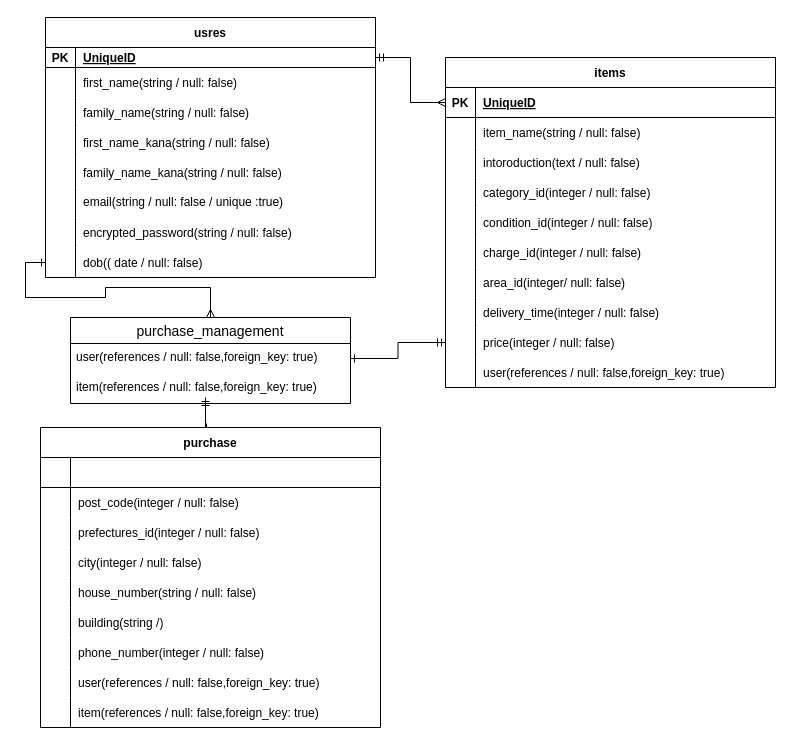
This is page "ページ1" (1 of 2) of ER.dio from YUKOU-s2/furima-34806, a draw.io file, before an edit. Source tidied: cells renumbered, new cells numbered last; positions are measured from the earlier drawing's top-left corner, leaving out a move shared by most shapes. Both pictures are drawn from the tidied source at 100%, with x=0, y=0 at pixel (25, 17).
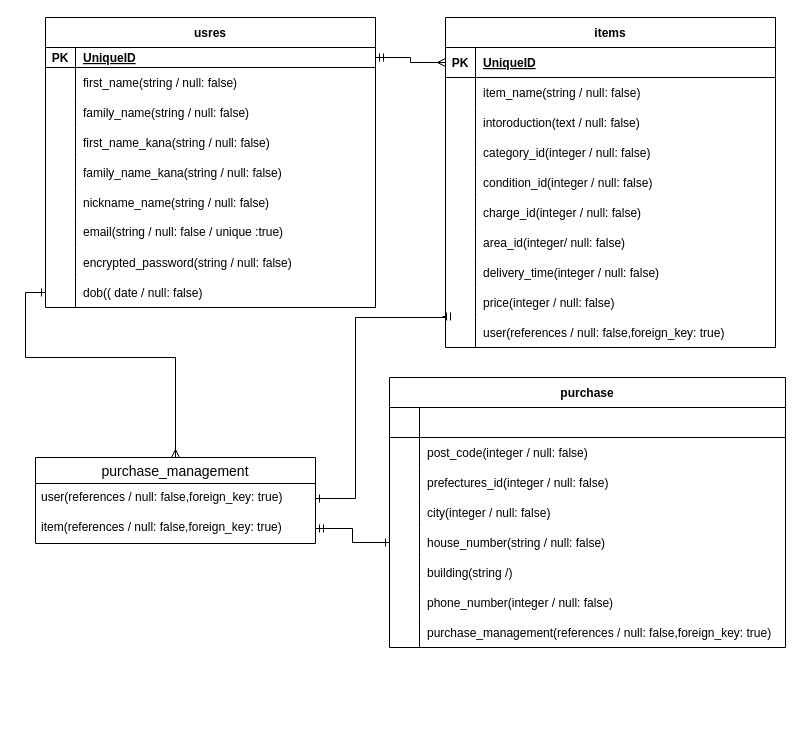
Above is the later version.

Commit message (it also covers changes not shown here):
データベース設計（修正3）

Unchanged cells that the change refers to:
```xml
<mxCell id="52" style="shape=partialRectangle;fillColor=none;top=0;left=0;bottom=0;right=0;points=[[0,0.5],[1,0.5]];portConstraint=eastwest;" parent="27" vertex="1">
  <mxGeometry y="270" width="330" height="30" as="geometry" />
</mxCell>
<mxCell id="55" style="shape=partialRectangle;fillColor=none;top=0;left=0;bottom=0;right=0;points=[[0,0.5],[1,0.5]];portConstraint=eastwest;" parent="27" vertex="1">
  <mxGeometry y="300" width="330" height="30" as="geometry" />
</mxCell>
<mxCell id="89" value="user(references / null: false,foreign_key: true)" style="text;strokeColor=none;fillColor=none;spacingLeft=4;spacingRight=4;overflow=hidden;points=[[0,0.5],[1,0.5]];portConstraint=eastwest;fontSize=12;" parent="88" vertex="1">
  <mxGeometry y="26" width="280" height="30" as="geometry" />
</mxCell>
<mxCell id="90" value="item(references / null: false,foreign_key: true)" style="text;strokeColor=none;fillColor=none;spacingLeft=4;spacingRight=4;overflow=hidden;points=[[0,0.5],[1,0.5]];portConstraint=eastwest;fontSize=12;" parent="88" vertex="1">
  <mxGeometry y="56" width="280" height="30" as="geometry" />
</mxCell>
```

The edit, as a diff of the source:
```diff
@@
     <mxCell id="2" value="usres" style="shape=table;startSize=30;childLayout=tableLayout;rowLines=0;fontStyle=1;align=center;" parent="1" vertex="1">
-      <mxGeometry x="20" width="330" height="260" as="geometry" />
+      <mxGeometry x="20" width="330" height="290" as="geometry" />
     </mxCell>
@@
+    <mxCell id="93" style="shape=partialRectangle;fillColor=none;top=0;left=0;bottom=0;right=0;" parent="2" vertex="1">
+      <mxGeometry y="170" width="330" height="30" as="geometry" />
+    </mxCell>
+    <mxCell id="85" style="shape=partialRectangle;fillColor=none;top=0;left=0;bottom=0;right=0;overflow=hidden;" parent="93" vertex="1">
+      <mxGeometry width="30" height="30" as="geometry" />
+    </mxCell>
+    <mxCell id="94" value="nickname_name(string / null: false)" style="shape=partialRectangle;fillColor=none;top=0;left=0;bottom=0;right=0;align=left;spacingLeft=6;overflow=hidden;" parent="93" vertex="1">
+      <mxGeometry x="30" width="300" height="30" as="geometry" />
+    </mxCell>
     <mxCell id="18" style="shape=partialRectangle;fillColor=none;top=0;left=0;bottom=0;right=0;" parent="2" vertex="1">
-      <mxGeometry y="170" width="330" height="30" as="geometry" />
+      <mxGeometry y="200" width="330" height="30" as="geometry" />
     </mxCell>
@@
     <mxCell id="21" style="shape=partialRectangle;fillColor=none;top=0;left=0;bottom=0;right=0;" parent="2" vertex="1">
-      <mxGeometry y="200" width="330" height="30" as="geometry" />
+      <mxGeometry y="230" width="330" height="30" as="geometry" />
     </mxCell>
@@
     <mxCell id="24" style="shape=partialRectangle;fillColor=none;top=0;left=0;bottom=0;right=0;points=[[0,0.5],[1,0.5]];portConstraint=eastwest;" parent="2" vertex="1">
-      <mxGeometry y="230" width="330" height="30" as="geometry" />
+      <mxGeometry y="260" width="330" height="30" as="geometry" />
     </mxCell>
@@
     <mxCell id="27" value="items" style="shape=table;startSize=30;childLayout=tableLayout;rowLines=0;fontStyle=1;align=center;" parent="1" vertex="1">
-      <mxGeometry x="420" y="40" width="330" height="330" as="geometry" />
+      <mxGeometry x="420" width="330" height="330" as="geometry" />
     </mxCell>
@@
-    <mxCell id="58" style="edgeStyle=orthogonalEdgeStyle;rounded=0;jettySize=auto;html=1;exitX=0.5;exitY=0;exitDx=0;exitDy=0;startArrow=ERone;startFill=0;endArrow=ERmandOne;endFill=0;" parent="1" edge="1" source="59">
-      <mxGeometry relative="1" as="geometry">
-        <mxPoint x="180" y="380" as="targetPoint" />
-      </mxGeometry>
+    <mxCell id="58" style="edgeStyle=orthogonalEdgeStyle;rounded=0;jettySize=auto;html=1;exitX=0;exitY=0.5;exitDx=0;exitDy=0;startArrow=ERone;startFill=0;endArrow=ERmandOne;endFill=0;entryX=1;entryY=0.5;entryDx=0;entryDy=0;" parent="1" edge="1" source="72" target="90">
+      <mxGeometry relative="1" as="geometry" />
     </mxCell>
     <mxCell id="59" value="purchase" style="shape=table;startSize=30;childLayout=tableLayout;rowLines=0;fontStyle=1;align=center;" parent="1" vertex="1">
-      <mxGeometry x="15" y="410" width="340" height="300" as="geometry" />
+      <mxGeometry x="364" y="360" width="396" height="270" as="geometry" />
     </mxCell>
     <mxCell id="60" style="shape=partialRectangle;fillColor=none;top=0;left=0;bottom=1;right=0;" parent="59" vertex="1">
-      <mxGeometry y="30" width="340" height="30" as="geometry" />
+      <mxGeometry y="30" width="396" height="30" as="geometry" />
     </mxCell>
@@
     <mxCell id="62" style="shape=partialRectangle;fillColor=none;top=0;left=0;bottom=0;right=0;align=left;spacingLeft=6;fontStyle=5;overflow=hidden;" parent="60" vertex="1">
-      <mxGeometry x="30" width="310" height="30" as="geometry" />
+      <mxGeometry x="30" width="366" height="30" as="geometry" />
     </mxCell>
     <mxCell id="63" style="shape=partialRectangle;fillColor=none;top=0;left=0;bottom=0;right=0;" parent="59" vertex="1">
-      <mxGeometry y="60" width="340" height="30" as="geometry" />
+      <mxGeometry y="60" width="396" height="30" as="geometry" />
     </mxCell>
@@
     <mxCell id="65" value="post_code(integer / null: false)" style="shape=partialRectangle;fillColor=none;top=0;left=0;bottom=0;right=0;align=left;spacingLeft=6;overflow=hidden;" parent="63" vertex="1">
-      <mxGeometry x="30" width="310" height="30" as="geometry" />
+      <mxGeometry x="30" width="366" height="30" as="geometry" />
     </mxCell>
     <mxCell id="66" style="shape=partialRectangle;fillColor=none;top=0;left=0;bottom=0;right=0;" parent="59" vertex="1">
-      <mxGeometry y="90" width="340" height="30" as="geometry" />
+      <mxGeometry y="90" width="396" height="30" as="geometry" />
     </mxCell>
@@
     <mxCell id="68" value="prefectures_id(integer / null: false)" style="shape=partialRectangle;fillColor=none;top=0;left=0;bottom=0;right=0;align=left;spacingLeft=6;overflow=hidden;" parent="66" vertex="1">
-      <mxGeometry x="30" width="310" height="30" as="geometry" />
+      <mxGeometry x="30" width="366" height="30" as="geometry" />
     </mxCell>
     <mxCell id="69" style="shape=partialRectangle;fillColor=none;top=0;left=0;bottom=0;right=0;" parent="59" vertex="1">
-      <mxGeometry y="120" width="340" height="30" as="geometry" />
+      <mxGeometry y="120" width="396" height="30" as="geometry" />
     </mxCell>
@@
     <mxCell id="71" value="city(integer / null: false)" style="shape=partialRectangle;fillColor=none;top=0;left=0;bottom=0;right=0;align=left;spacingLeft=6;overflow=hidden;" parent="69" vertex="1">
-      <mxGeometry x="30" width="310" height="30" as="geometry" />
+      <mxGeometry x="30" width="366" height="30" as="geometry" />
     </mxCell>
     <mxCell id="72" style="shape=partialRectangle;fillColor=none;top=0;left=0;bottom=0;right=0;points=[[0,0.5],[1,0.5]];portConstraint=eastwest;" parent="59" vertex="1">
-      <mxGeometry y="150" width="340" height="30" as="geometry" />
+      <mxGeometry y="150" width="396" height="30" as="geometry" />
     </mxCell>
@@
     <mxCell id="74" value="house_number(string / null: false)" style="shape=partialRectangle;fillColor=none;top=0;left=0;bottom=0;right=0;align=left;spacingLeft=6;overflow=hidden;" parent="72" vertex="1">
-      <mxGeometry x="30" width="310" height="30" as="geometry" />
+      <mxGeometry x="30" width="366" height="30" as="geometry" />
     </mxCell>
     <mxCell id="75" style="shape=partialRectangle;fillColor=none;top=0;left=0;bottom=0;right=0;" parent="59" vertex="1">
-      <mxGeometry y="180" width="340" height="30" as="geometry" />
+      <mxGeometry y="180" width="396" height="30" as="geometry" />
     </mxCell>
@@
     <mxCell id="77" value="building(string /)" style="shape=partialRectangle;fillColor=none;top=0;left=0;bottom=0;right=0;align=left;spacingLeft=6;overflow=hidden;" parent="75" vertex="1">
-      <mxGeometry x="30" width="310" height="30" as="geometry" />
+      <mxGeometry x="30" width="366" height="30" as="geometry" />
     </mxCell>
     <mxCell id="78" style="shape=partialRectangle;fillColor=none;top=0;left=0;bottom=0;right=0;" parent="59" vertex="1">
-      <mxGeometry y="210" width="340" height="30" as="geometry" />
+      <mxGeometry y="210" width="396" height="30" as="geometry" />
     </mxCell>
@@
     <mxCell id="80" value="phone_number(integer / null: false)" style="shape=partialRectangle;fillColor=none;top=0;left=0;bottom=0;right=0;align=left;spacingLeft=6;overflow=hidden;" parent="78" vertex="1">
-      <mxGeometry x="30" width="310" height="30" as="geometry" />
+      <mxGeometry x="30" width="366" height="30" as="geometry" />
     </mxCell>
     <mxCell id="81" style="shape=partialRectangle;fillColor=none;top=0;left=0;bottom=0;right=0;" parent="59" vertex="1">
-      <mxGeometry y="240" width="340" height="30" as="geometry" />
+      <mxGeometry y="240" width="396" height="30" as="geometry" />
     </mxCell>
@@
-    <mxCell id="83" value="user(references / null: false,foreign_key: true)" style="shape=partialRectangle;fillColor=none;top=0;left=0;bottom=0;right=0;align=left;spacingLeft=6;overflow=hidden;" parent="81" vertex="1">
-      <mxGeometry x="30" width="310" height="30" as="geometry" />
+    <mxCell id="83" value="purchase_management(references / null: false,foreign_key: true)" style="shape=partialRectangle;fillColor=none;top=0;left=0;bottom=0;right=0;align=left;spacingLeft=6;overflow=hidden;" parent="81" vertex="1">
+      <mxGeometry x="30" width="366" height="30" as="geometry" />
     </mxCell>
-    <mxCell id="84" style="shape=partialRectangle;fillColor=none;top=0;left=0;bottom=0;right=0;" parent="59" vertex="1">
-      <mxGeometry y="270" width="340" height="30" as="geometry" />
-    </mxCell>
-    <mxCell id="85" style="shape=partialRectangle;fillColor=none;top=0;left=0;bottom=0;right=0;overflow=hidden;" parent="84" vertex="1">
-      <mxGeometry width="30" height="30" as="geometry" />
-    </mxCell>
-    <mxCell id="86" value="item(references / null: false,foreign_key: true)" style="shape=partialRectangle;fillColor=none;top=0;left=0;bottom=0;right=0;align=left;spacingLeft=6;overflow=hidden;" parent="84" vertex="1">
-      <mxGeometry x="30" width="310" height="30" as="geometry" />
-    </mxCell>
@@
     <mxCell id="88" value="purchase_management" style="swimlane;fontStyle=0;horizontal=1;startSize=26;align=center;fontSize=14;" parent="1" vertex="1">
-      <mxGeometry x="45" y="300" width="280" height="86" as="geometry" />
+      <mxGeometry x="10" y="440" width="280" height="86" as="geometry" />
     </mxCell>
@@
-    <mxCell id="91" style="edgeStyle=orthogonalEdgeStyle;rounded=0;jettySize=auto;html=1;entryX=1;entryY=0.5;entryDx=0;entryDy=0;endArrow=ERone;endFill=0;startArrow=ERmandOne;startFill=0;" parent="1" edge="1" source="52" target="89">
-      <mxGeometry relative="1" as="geometry" />
+    <mxCell id="91" style="edgeStyle=orthogonalEdgeStyle;rounded=0;jettySize=auto;html=1;entryX=1;entryY=0.5;entryDx=0;entryDy=0;endArrow=ERone;endFill=0;startArrow=ERmandOne;startFill=0;exitX=-0.009;exitY=-0.033;exitDx=0;exitDy=0;exitPerimeter=0;" parent="1" edge="1" source="55" target="89">
+      <mxGeometry relative="1" as="geometry">
+        <Array as="points">
+          <mxPoint x="420" y="299" />
+          <mxPoint x="420" y="300" />
+          <mxPoint x="330" y="300" />
+          <mxPoint x="330" y="481" />
+        </Array>
+      </mxGeometry>
     </mxCell>
-    <mxCell id="92" style="edgeStyle=orthogonalEdgeStyle;rounded=0;jettySize=auto;html=1;entryX=0.5;entryY=0;entryDx=0;entryDy=0;startArrow=ERone;startFill=0;endArrow=ERmany;endFill=0;" parent="1" edge="1" source="24" target="88">
+    <mxCell id="92" style="edgeStyle=orthogonalEdgeStyle;rounded=0;jettySize=auto;html=1;startArrow=ERone;startFill=0;endArrow=ERmany;endFill=0;" parent="1" edge="1" source="24">
       <mxGeometry relative="1" as="geometry">
+        <mxPoint x="150" y="440" as="targetPoint" />
         <Array as="points">
-          <mxPoint y="245" />
-          <mxPoint y="280" />
-          <mxPoint x="80" y="280" />
-          <mxPoint x="80" y="270" />
-          <mxPoint x="185" y="270" />
+          <mxPoint y="275" />
+          <mxPoint y="340" />
+          <mxPoint x="150" y="340" />
         </Array>
       </mxGeometry>
     </mxCell>
```
